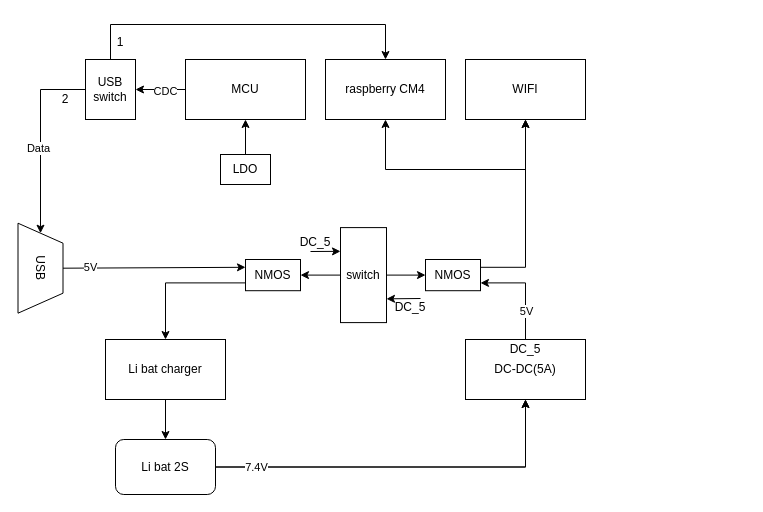
Earlier version of the draw.io diagram src/usb_power.drawio (colourfate/Blog). Source tidied: cells renumbered, new cells numbered last; positions are measured from the earlier drawing's top-left corner, leaving out a move shared by most shapes. Both pictures are drawn from the tidied source at 100%, with x=0, y=0 at pixel (-5, 24).
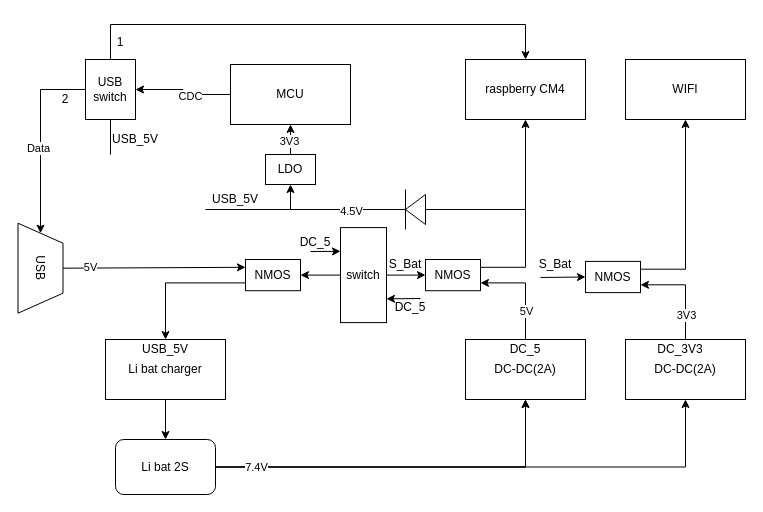
After the change.

Commit message:
更新usb_power：增加3.3V DC-DC变换器

Unchanged cells that the change refers to:
```xml
<mxCell id="5" value="Li bat 2S" style="rounded=1;whiteSpace=wrap;html=1;" parent="1" vertex="1">
  <mxGeometry x="120" y="415" width="100" height="55" as="geometry" />
</mxCell>
<mxCell id="18" value="USB&lt;br&gt;switch" style="rounded=0;whiteSpace=wrap;html=1;" parent="1" vertex="1">
  <mxGeometry x="90" y="35" width="50" height="60" as="geometry" />
</mxCell>
<mxCell id="23" style="edgeStyle=orthogonalEdgeStyle;rounded=0;jettySize=auto;html=1;exitX=0.5;exitY=0;exitDx=0;exitDy=0;entryX=0.5;entryY=1;entryDx=0;entryDy=0;" parent="1" edge="1" source="24" target="22">
  <mxGeometry relative="1" as="geometry" />
</mxCell>
<mxCell id="36" value="NMOS" style="rounded=0;whiteSpace=wrap;html=1;" parent="1" vertex="1">
  <mxGeometry x="430" y="235" width="55" height="31.2" as="geometry" />
</mxCell>
```

Change to the diagram source:
```diff
@@
+    <mxCell id="42" style="edgeStyle=orthogonalEdgeStyle;rounded=0;jettySize=auto;html=1;exitX=1;exitY=0.5;exitDx=0;exitDy=0;entryX=0.5;entryY=1;entryDx=0;entryDy=0;" parent="1" edge="1" source="5" target="49">
+      <mxGeometry relative="1" as="geometry" />
+    </mxCell>
@@
-    <mxCell id="10" value="DC-DC(5A)" style="rounded=0;whiteSpace=wrap;html=1;" parent="1" vertex="1">
+    <mxCell id="10" value="DC-DC(2A)" style="rounded=0;whiteSpace=wrap;html=1;" parent="1" vertex="1">
       <mxGeometry x="470" y="315" width="120" height="60" as="geometry" />
     </mxCell>
     <mxCell id="11" value="raspberry CM4" style="rounded=0;whiteSpace=wrap;html=1;" parent="1" vertex="1">
-      <mxGeometry x="330" y="35" width="120" height="60" as="geometry" />
+      <mxGeometry x="470" y="35" width="120" height="60" as="geometry" />
     </mxCell>
     <mxCell id="12" value="WIFI" style="rounded=0;whiteSpace=wrap;html=1;" parent="1" vertex="1">
-      <mxGeometry x="470" y="35" width="120" height="60" as="geometry" />
+      <mxGeometry x="630" y="35" width="120" height="60" as="geometry" />
     </mxCell>
-    <mxCell id="13" style="edgeStyle=orthogonalEdgeStyle;rounded=0;jettySize=auto;html=1;entryX=0.5;entryY=1;entryDx=0;entryDy=0;" parent="1" edge="1" target="11">
-      <mxGeometry relative="1" as="geometry">
-        <mxPoint x="530" y="145" as="sourcePoint" />
-        <Array as="points">
-          <mxPoint x="530" y="220" />
-          <mxPoint x="530" y="145" />
-          <mxPoint x="350" y="145" />
-        </Array>
-      </mxGeometry>
-    </mxCell>
     <mxCell id="14" style="edgeStyle=orthogonalEdgeStyle;rounded=0;jettySize=auto;html=1;exitX=0.5;exitY=0;exitDx=0;exitDy=0;entryX=0.5;entryY=0;entryDx=0;entryDy=0;" parent="1" edge="1" source="18" target="11">
       <mxGeometry relative="1" as="geometry">
         <Array as="points">
           <mxPoint x="115" />
-          <mxPoint x="390" />
+          <mxPoint x="530" />
         </Array>
       </mxGeometry>
     </mxCell>
-    <mxCell id="15" style="edgeStyle=orthogonalEdgeStyle;rounded=0;jettySize=auto;html=1;exitX=0.5;exitY=0;exitDx=0;exitDy=0;entryX=0.5;entryY=1;entryDx=0;entryDy=0;" parent="1" edge="1" target="12">
-      <mxGeometry relative="1" as="geometry">
-        <mxPoint x="530" y="220" as="sourcePoint" />
-        <Array as="points">
-          <mxPoint x="530" y="220" />
-        </Array>
-      </mxGeometry>
-    </mxCell>
@@
     <mxCell id="22" value="MCU" style="rounded=0;whiteSpace=wrap;html=1;" parent="1" vertex="1">
-      <mxGeometry x="190" y="35" width="120" height="60" as="geometry" />
+      <mxGeometry x="235" y="40" width="120" height="60" as="geometry" />
     </mxCell>
@@
+    <mxCell id="43" value="3V3" style="edgeLabel;html=1;align=center;verticalAlign=middle;" parent="23" vertex="1">
+      <mxGeometry x="-0.08" y="2" relative="1" as="geometry" />
+    </mxCell>
     <mxCell id="24" value="LDO" style="rounded=0;whiteSpace=wrap;html=1;" parent="1" vertex="1">
-      <mxGeometry x="225" y="130" width="50" height="30" as="geometry" />
+      <mxGeometry x="270" y="130" width="50" height="30" as="geometry" />
     </mxCell>
@@
-    <mxCell id="35" style="edgeStyle=orthogonalEdgeStyle;rounded=0;jettySize=auto;html=1;exitX=1;exitY=0.25;exitDx=0;exitDy=0;entryX=0.5;entryY=1;entryDx=0;entryDy=0;" parent="1" edge="1" source="36" target="12">
-      <mxGeometry relative="1" as="geometry" />
-    </mxCell>
+    <mxCell id="44" style="edgeStyle=orthogonalEdgeStyle;rounded=0;jettySize=auto;html=1;exitX=1;exitY=0.25;exitDx=0;exitDy=0;entryX=0.5;entryY=1;entryDx=0;entryDy=0;" parent="1" edge="1" source="36" target="11">
+      <mxGeometry relative="1" as="geometry">
+        <Array as="points">
+          <mxPoint x="530" y="243" />
+          <mxPoint x="530" y="95" />
+        </Array>
+      </mxGeometry>
+    </mxCell>
@@
+    <mxCell id="45" style="edgeStyle=orthogonalEdgeStyle;rounded=0;jettySize=auto;html=1;exitX=1;exitY=0.25;exitDx=0;exitDy=0;entryX=0.5;entryY=1;entryDx=0;entryDy=0;" parent="1" edge="1" source="46" target="12">
+      <mxGeometry relative="1" as="geometry" />
+    </mxCell>
+    <mxCell id="46" value="NMOS" style="rounded=0;whiteSpace=wrap;html=1;" parent="1" vertex="1">
+      <mxGeometry x="590" y="236.9" width="55" height="31.2" as="geometry" />
+    </mxCell>
+    <mxCell id="47" style="edgeStyle=orthogonalEdgeStyle;rounded=0;jettySize=auto;html=1;exitX=0.5;exitY=0;exitDx=0;exitDy=0;entryX=1;entryY=0.75;entryDx=0;entryDy=0;" parent="1" edge="1" source="49" target="46">
+      <mxGeometry relative="1" as="geometry" />
+    </mxCell>
+    <mxCell id="48" value="3V3" style="edgeLabel;html=1;align=center;verticalAlign=middle;" parent="47" vertex="1">
+      <mxGeometry x="-0.5" relative="1" as="geometry" />
+    </mxCell>
+    <mxCell id="49" value="DC-DC(2A)" style="rounded=0;whiteSpace=wrap;html=1;" parent="1" vertex="1">
+      <mxGeometry x="630" y="315" width="120" height="60" as="geometry" />
+    </mxCell>
+    <mxCell id="50" value="DC_3V3" style="text;html=1;strokeColor=none;fillColor=none;align=center;verticalAlign=middle;whiteSpace=wrap;rounded=0;" parent="1" vertex="1">
+      <mxGeometry x="655" y="310" width="60" height="30" as="geometry" />
+    </mxCell>
+    <mxCell id="51" value="S_Bat" style="text;html=1;strokeColor=none;fillColor=none;align=center;verticalAlign=middle;whiteSpace=wrap;rounded=0;" parent="1" vertex="1">
+      <mxGeometry x="380" y="225" width="60" height="30" as="geometry" />
+    </mxCell>
+    <mxCell id="52" style="endArrow=classic;html=1;rounded=0;entryX=0;entryY=0.5;entryDx=0;entryDy=0;" parent="1" edge="1" target="46">
+      <mxGeometry relative="1" as="geometry">
+        <mxPoint x="545" y="253" as="sourcePoint" />
+      </mxGeometry>
+    </mxCell>
+    <mxCell id="53" value="S_Bat" style="text;html=1;strokeColor=none;fillColor=none;align=center;verticalAlign=middle;whiteSpace=wrap;rounded=0;" parent="1" vertex="1">
+      <mxGeometry x="530" y="225" width="60" height="30" as="geometry" />
+    </mxCell>
+    <mxCell id="54" value="USB_5V" style="text;html=1;strokeColor=none;fillColor=none;align=center;verticalAlign=middle;whiteSpace=wrap;rounded=0;" parent="1" vertex="1">
+      <mxGeometry x="140" y="310" width="60" height="30" as="geometry" />
+    </mxCell>
+    <mxCell id="55" style="endArrow=classic;html=1;rounded=0;entryX=0.5;entryY=1;entryDx=0;entryDy=0;" parent="1" edge="1" target="24">
+      <mxGeometry relative="1" as="geometry">
+        <mxPoint x="295" y="185" as="sourcePoint" />
+      </mxGeometry>
+    </mxCell>
+    <mxCell id="56" style="endArrow=none;html=1;rounded=0;" parent="1" edge="1">
+      <mxGeometry relative="1" as="geometry">
+        <mxPoint x="430" y="185" as="sourcePoint" />
+        <mxPoint x="530" y="185" as="targetPoint" />
+      </mxGeometry>
+    </mxCell>
+    <mxCell id="57" value="USB_5V" style="text;html=1;strokeColor=none;fillColor=none;align=center;verticalAlign=middle;whiteSpace=wrap;rounded=0;" parent="1" vertex="1">
+      <mxGeometry x="210" y="160" width="60" height="30" as="geometry" />
+    </mxCell>
+    <mxCell id="58" style="endArrow=none;html=1;rounded=0;" parent="1" edge="1">
+      <mxGeometry relative="1" as="geometry">
+        <mxPoint x="210" y="185" as="sourcePoint" />
+        <mxPoint x="295" y="185" as="targetPoint" />
+      </mxGeometry>
+    </mxCell>
+    <mxCell id="59" value="USB_5V" style="text;html=1;strokeColor=none;fillColor=none;align=center;verticalAlign=middle;whiteSpace=wrap;rounded=0;" parent="1" vertex="1">
+      <mxGeometry x="110" y="100" width="60" height="30" as="geometry" />
+    </mxCell>
+    <mxCell id="60" style="endArrow=none;html=1;rounded=0;entryX=0.5;entryY=1;entryDx=0;entryDy=0;" parent="1" edge="1" target="18">
+      <mxGeometry relative="1" as="geometry">
+        <mxPoint x="115" y="130" as="sourcePoint" />
+      </mxGeometry>
+    </mxCell>
+    <mxCell id="61" style="triangle;whiteSpace=wrap;html=1;rotation=-180;" parent="1" vertex="1">
+      <mxGeometry x="410" y="170" width="20" height="30" as="geometry" />
+    </mxCell>
+    <mxCell id="62" style="endArrow=none;html=1;rounded=0;" parent="1" edge="1">
+      <mxGeometry relative="1" as="geometry">
+        <mxPoint x="410" y="205" as="sourcePoint" />
+        <mxPoint x="410" y="165" as="targetPoint" />
+      </mxGeometry>
+    </mxCell>
+    <mxCell id="63" style="endArrow=none;html=1;rounded=0;" parent="1" edge="1">
+      <mxGeometry relative="1" as="geometry">
+        <mxPoint x="295" y="185" as="sourcePoint" />
+        <mxPoint x="410" y="185" as="targetPoint" />
+      </mxGeometry>
+    </mxCell>
+    <mxCell id="64" value="4.5V" style="edgeLabel;html=1;align=center;verticalAlign=middle;" parent="63" vertex="1">
+      <mxGeometry x="0.04" y="-1" relative="1" as="geometry" />
+    </mxCell>
```
